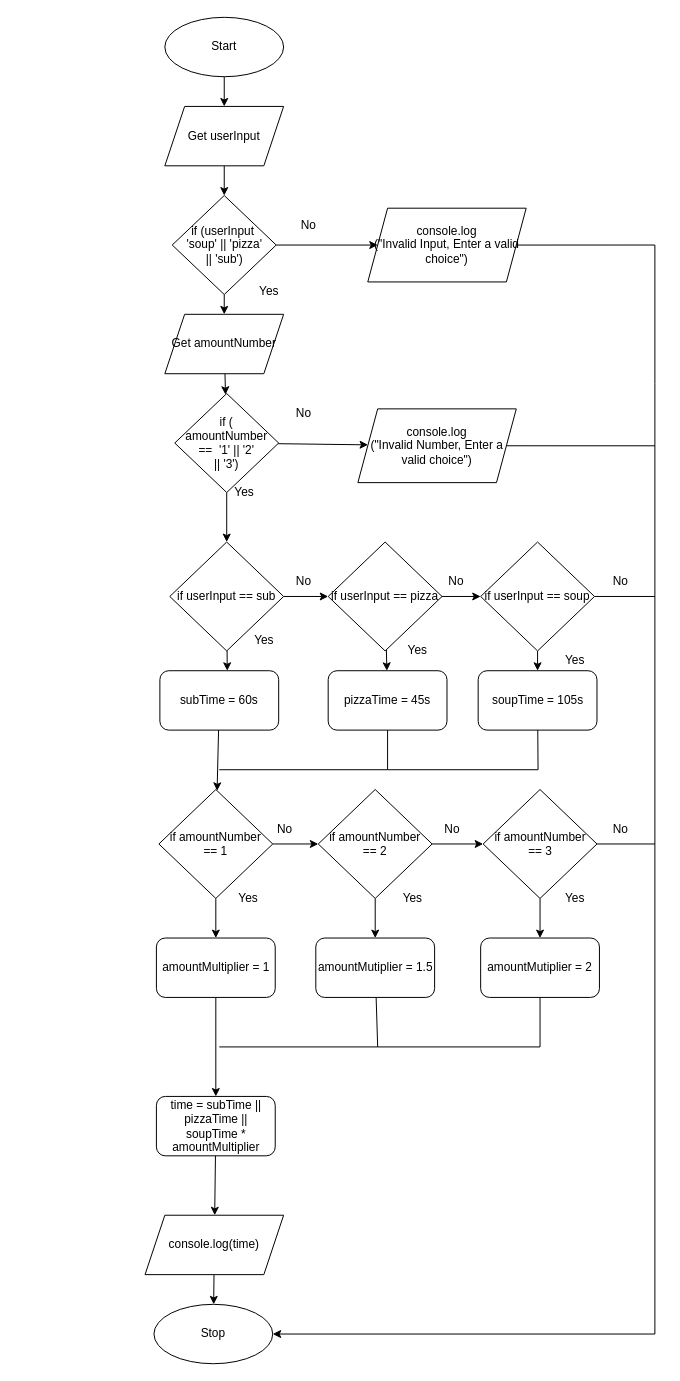
This is Drawio/Flowchart.drawio from JacksonNaufal/ics4u-unit1-04-typescript, a draw.io file, before an edit. Source tidied: cells renumbered, new cells numbered last; positions are measured from the earlier drawing's top-left corner, leaving out a move shared by most shapes. Both pictures are drawn from the tidied source at 99%, with x=0, y=0 at pixel (145, 17).
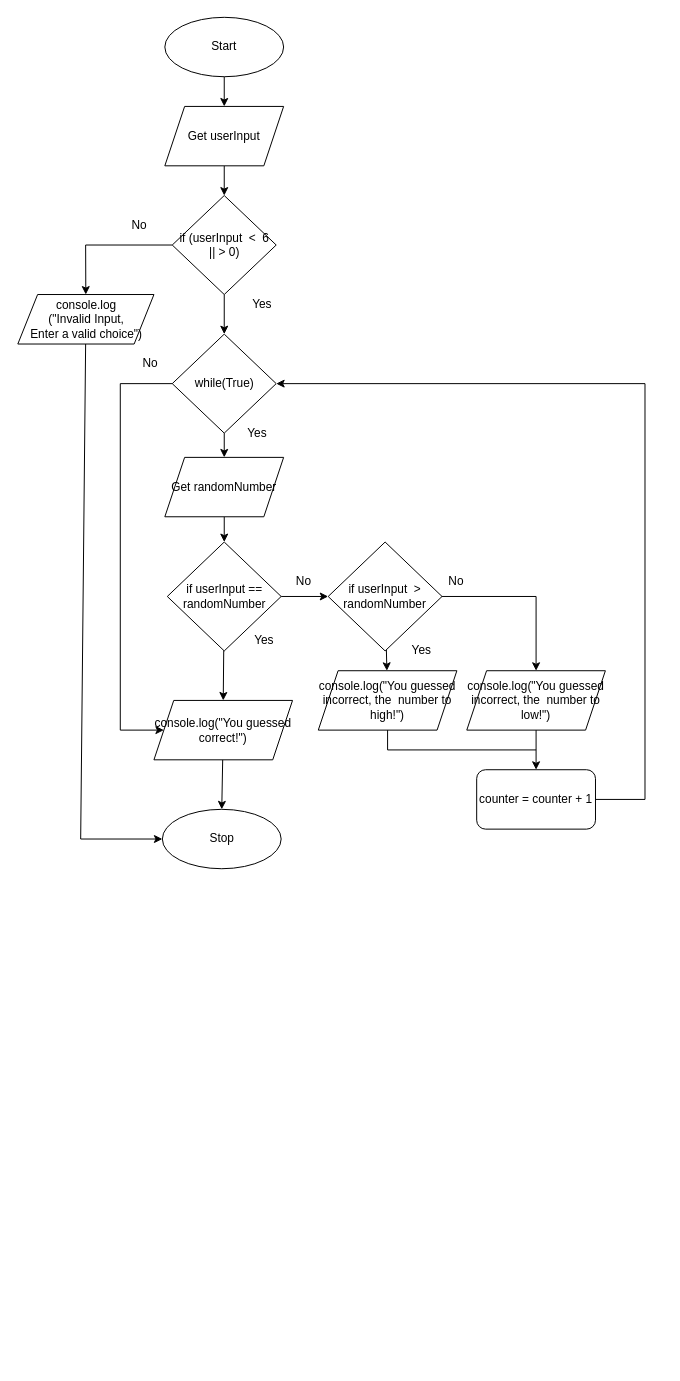
The same page after the edit.

Change to the diagram source:
```diff
@@
     <mxCell id="4" value="Stop" style="ellipse;whiteSpace=wrap;html=1;" parent="1" vertex="1">
-      <mxGeometry x="9" y="1300" width="120" height="60" as="geometry" />
+      <mxGeometry x="17.5" y="800" width="120" height="60" as="geometry" />
     </mxCell>
@@
-    <mxCell id="7" style="edgeStyle=none;html=1;" parent="1" edge="1" source="8" target="4">
-      <mxGeometry relative="1" as="geometry" />
-    </mxCell>
-    <mxCell id="8" value="console.log(time)" style="shape=parallelogram;perimeter=parallelogramPerimeter;whiteSpace=wrap;html=1;fixedSize=1;" parent="1" vertex="1">
-      <mxGeometry y="1210" width="140" height="60" as="geometry" />
-    </mxCell>
+    <mxCell id="69" style="edgeStyle=none;html=1;entryX=0.5;entryY=0;entryDx=0;entryDy=0;" parent="1" edge="1" source="11" target="25">
+      <mxGeometry relative="1" as="geometry" />
+    </mxCell>
-    <mxCell id="9" style="edgeStyle=none;rounded=0;html=1;fontSize=10;" parent="1" edge="1" source="11" target="16">
-      <mxGeometry relative="1" as="geometry" />
+    <mxCell id="9" style="edgeStyle=none;rounded=0;html=1;" parent="1" edge="1" source="11" target="16">
+      <mxGeometry relative="1" as="geometry">
+        <Array as="points">
+          <mxPoint x="-60" y="230" />
+        </Array>
+      </mxGeometry>
     </mxCell>
-    <mxCell id="10" style="edgeStyle=none;html=1;" parent="1" edge="1" source="11" target="22">
-      <mxGeometry relative="1" as="geometry" />
-    </mxCell>
-    <mxCell id="11" value="if (userInput&amp;nbsp; &lt;br&gt;'soup' || 'pizza'&lt;br&gt;|| 'sub')" style="rhombus;whiteSpace=wrap;html=1;" parent="1" vertex="1">
+    <mxCell id="11" value="if (userInput&amp;nbsp; &amp;lt;&amp;nbsp; 6&lt;br&gt;|| &amp;gt; 0)" style="rhombus;whiteSpace=wrap;html=1;" parent="1" vertex="1">
       <mxGeometry x="27.5" y="180" width="105" height="100" as="geometry" />
     </mxCell>
@@
-    <mxCell id="13" style="edgeStyle=none;html=1;entryX=0.567;entryY=0;entryDx=0;entryDy=0;entryPerimeter=0;" parent="1" edge="1" source="14" target="18">
-      <mxGeometry relative="1" as="geometry" />
-    </mxCell>
+    <mxCell id="70" style="edgeStyle=none;html=1;entryX=0.5;entryY=0;entryDx=0;entryDy=0;" parent="1" edge="1" source="14" target="78">
+      <mxGeometry relative="1" as="geometry" />
+    </mxCell>
-    <mxCell id="14" value="if userInput == sub" style="rhombus;whiteSpace=wrap;html=1;" parent="1" vertex="1">
-      <mxGeometry x="25" y="530" width="115" height="110" as="geometry" />
+    <mxCell id="14" value="if userInput == randomNumber" style="rhombus;whiteSpace=wrap;html=1;" parent="1" vertex="1">
+      <mxGeometry x="22.5" y="530" width="115" height="110" as="geometry" />
     </mxCell>
-    <mxCell id="15" style="edgeStyle=none;rounded=0;html=1;entryX=1;entryY=0.5;entryDx=0;entryDy=0;fontSize=10;" parent="1" edge="1" source="16" target="4">
+    <mxCell id="15" style="edgeStyle=none;rounded=0;html=1;entryX=0;entryY=0.5;entryDx=0;entryDy=0;endArrow=classic;endFill=1;" parent="1" edge="1" source="16" target="4">
       <mxGeometry relative="1" as="geometry">
         <Array as="points">
-          <mxPoint x="515" y="230" />
-          <mxPoint x="515" y="370" />
-          <mxPoint x="515" y="1330" />
+          <mxPoint x="-65" y="830" />
         </Array>
       </mxGeometry>
     </mxCell>
-    <mxCell id="16" value="console.log&lt;br&gt;(&quot;Invalid Input, Enter a valid choice&quot;)" style="shape=parallelogram;perimeter=parallelogramPerimeter;whiteSpace=wrap;html=1;fixedSize=1;" parent="1" vertex="1">
-      <mxGeometry x="225" y="192.8" width="160" height="74.5" as="geometry" />
+    <mxCell id="16" value="console.log&lt;br&gt;(&quot;Invalid Input, &lt;br&gt;Enter a valid choice&quot;)" style="shape=parallelogram;perimeter=parallelogramPerimeter;whiteSpace=wrap;html=1;fixedSize=1;" parent="1" vertex="1">
+      <mxGeometry x="-128.5" y="280" width="137.5" height="50" as="geometry" />
     </mxCell>
-    <mxCell id="17" style="edgeStyle=none;html=1;" parent="1" edge="1" source="18" target="47">
-      <mxGeometry relative="1" as="geometry" />
-    </mxCell>
-    <mxCell id="18" value="subTime = 60s" style="rounded=1;whiteSpace=wrap;html=1;" parent="1" vertex="1">
-      <mxGeometry x="15" y="660" width="120" height="60" as="geometry" />
-    </mxCell>
     <mxCell id="19" value="&lt;span style=&quot;font-size: 12px&quot;&gt;No&lt;/span&gt;" style="text;html=1;align=center;verticalAlign=middle;strokeColor=none;fillColor=none;fontSize=10;" parent="1" vertex="1">
-      <mxGeometry x="150" y="200" width="30" height="20" as="geometry" />
+      <mxGeometry x="-21" y="200" width="30" height="20" as="geometry" />
     </mxCell>
-    <mxCell id="20" value="&lt;font style=&quot;font-size: 12px&quot;&gt;Yes&lt;/font&gt;" style="text;html=1;align=center;verticalAlign=middle;strokeColor=none;fillColor=none;fontSize=10;" parent="1" vertex="1">
-      <mxGeometry x="80" y="470" width="40" height="20" as="geometry" />
-    </mxCell>
-    <mxCell id="21" style="edgeStyle=none;html=1;" parent="1" edge="1" source="22" target="25">
-      <mxGeometry relative="1" as="geometry" />
-    </mxCell>
-    <mxCell id="22" value="Get amountNumber" style="shape=parallelogram;perimeter=parallelogramPerimeter;whiteSpace=wrap;html=1;fixedSize=1;" parent="1" vertex="1">
-      <mxGeometry x="20" y="300" width="120" height="60" as="geometry" />
-    </mxCell>
-    <mxCell id="23" style="edgeStyle=none;html=1;" parent="1" edge="1" source="25" target="28">
-      <mxGeometry relative="1" as="geometry" />
-    </mxCell>
-    <mxCell id="24" style="edgeStyle=none;html=1;entryX=0.5;entryY=0;entryDx=0;entryDy=0;endArrow=classic;endFill=1;" parent="1" edge="1" source="25" target="14">
-      <mxGeometry relative="1" as="geometry" />
-    </mxCell>
+    <mxCell id="71" style="edgeStyle=none;html=1;" parent="1" edge="1" source="25" target="76">
+      <mxGeometry relative="1" as="geometry" />
+    </mxCell>
+    <mxCell id="72" style="edgeStyle=none;rounded=0;html=1;entryX=0;entryY=0.5;entryDx=0;entryDy=0;endArrow=classic;endFill=1;" parent="1" edge="1" source="25" target="78">
+      <mxGeometry relative="1" as="geometry">
+        <Array as="points">
+          <mxPoint x="-25" y="370" />
+          <mxPoint x="-25" y="720" />
+        </Array>
+      </mxGeometry>
+    </mxCell>
-    <mxCell id="25" value="if (&lt;br&gt;amountNumber&lt;br&gt;==&amp;nbsp; '1' || '2'&lt;br&gt;|| '3')" style="rhombus;whiteSpace=wrap;html=1;" parent="1" vertex="1">
-      <mxGeometry x="30" y="380" width="105" height="100" as="geometry" />
+    <mxCell id="25" value="while(True)" style="rhombus;whiteSpace=wrap;html=1;" parent="1" vertex="1">
+      <mxGeometry x="27.5" y="320" width="105" height="100" as="geometry" />
     </mxCell>
-    <mxCell id="26" value="&lt;span style=&quot;font-size: 12px&quot;&gt;No&lt;/span&gt;" style="text;html=1;align=center;verticalAlign=middle;strokeColor=none;fillColor=none;fontSize=10;" parent="1" vertex="1">
-      <mxGeometry x="145" y="390" width="30" height="20" as="geometry" />
-    </mxCell>
-    <mxCell id="27" style="edgeStyle=none;html=1;endArrow=none;endFill=0;" parent="1" edge="1" source="28">
-      <mxGeometry relative="1" as="geometry">
-        <mxPoint x="515" y="432.8" as="targetPoint" />
-      </mxGeometry>
-    </mxCell>
-    <mxCell id="28" value="console.log&lt;br&gt;(&quot;Invalid Number, Enter a valid choice&quot;)" style="shape=parallelogram;perimeter=parallelogramPerimeter;whiteSpace=wrap;html=1;fixedSize=1;" parent="1" vertex="1">
-      <mxGeometry x="215" y="395.5" width="160" height="74.5" as="geometry" />
-    </mxCell>
     <mxCell id="29" value="&lt;font style=&quot;font-size: 12px&quot;&gt;Yes&lt;/font&gt;" style="text;html=1;align=center;verticalAlign=middle;strokeColor=none;fillColor=none;fontSize=10;" parent="1" vertex="1">
-      <mxGeometry x="105" y="267.2" width="40" height="20" as="geometry" />
+      <mxGeometry x="92.5" y="410" width="40" height="20" as="geometry" />
     </mxCell>
-    <mxCell id="30" style="edgeStyle=none;html=1;" parent="1" edge="1" source="32" target="39">
-      <mxGeometry relative="1" as="geometry" />
-    </mxCell>
-    <mxCell id="31" style="edgeStyle=none;html=1;" parent="1" edge="1" source="32" target="34">
-      <mxGeometry relative="1" as="geometry" />
-    </mxCell>
+    <mxCell id="73" style="edgeStyle=none;html=1;entryX=0.5;entryY=0;entryDx=0;entryDy=0;rounded=0;" parent="1" edge="1" source="32" target="80">
+      <mxGeometry relative="1" as="geometry">
+        <Array as="points">
+          <mxPoint x="395" y="585" />
+        </Array>
+      </mxGeometry>
+    </mxCell>
+    <mxCell id="74" style="edgeStyle=none;rounded=0;html=1;" parent="1" edge="1" source="32" target="82">
+      <mxGeometry relative="1" as="geometry" />
+    </mxCell>
-    <mxCell id="32" value="if userInput == pizza" style="rhombus;whiteSpace=wrap;html=1;" parent="1" vertex="1">
+    <mxCell id="32" value="if userInput&amp;nbsp; &amp;gt; randomNumber" style="rhombus;whiteSpace=wrap;html=1;" parent="1" vertex="1">
       <mxGeometry x="185" y="530" width="115" height="110" as="geometry" />
     </mxCell>
-    <mxCell id="33" style="edgeStyle=none;html=1;rounded=0;endArrow=none;endFill=0;" parent="1" edge="1" source="34">
-      <mxGeometry relative="1" as="geometry">
-        <mxPoint x="75" y="760" as="targetPoint" />
-        <Array as="points">
-          <mxPoint x="245" y="760" />
-        </Array>
-      </mxGeometry>
-    </mxCell>
-    <mxCell id="34" value="pizzaTime = 45s" style="rounded=1;whiteSpace=wrap;html=1;" parent="1" vertex="1">
-      <mxGeometry x="185" y="660" width="120" height="60" as="geometry" />
-    </mxCell>
-    <mxCell id="35" style="edgeStyle=none;html=1;rounded=0;endArrow=none;endFill=0;" parent="1" edge="1" source="36">
-      <mxGeometry relative="1" as="geometry">
-        <mxPoint x="245" y="760" as="targetPoint" />
-        <Array as="points">
-          <mxPoint x="397" y="760" />
-        </Array>
-      </mxGeometry>
-    </mxCell>
-    <mxCell id="36" value="soupTime = 105s" style="rounded=1;whiteSpace=wrap;html=1;" parent="1" vertex="1">
-      <mxGeometry x="336.5" y="660" width="120" height="60" as="geometry" />
-    </mxCell>
-    <mxCell id="37" style="edgeStyle=none;html=1;" parent="1" edge="1" source="39" target="36">
-      <mxGeometry relative="1" as="geometry" />
-    </mxCell>
-    <mxCell id="38" style="edgeStyle=none;rounded=0;html=1;endArrow=none;endFill=0;" parent="1" edge="1" source="39">
-      <mxGeometry relative="1" as="geometry">
-        <mxPoint x="515" y="585" as="targetPoint" />
-      </mxGeometry>
-    </mxCell>
-    <mxCell id="39" value="if userInput == soup" style="rhombus;whiteSpace=wrap;html=1;" parent="1" vertex="1">
-      <mxGeometry x="339" y="530" width="115" height="110" as="geometry" />
-    </mxCell>
@@
     <mxCell id="43" value="&lt;font style=&quot;font-size: 12px&quot;&gt;Yes&lt;/font&gt;" style="text;html=1;align=center;verticalAlign=middle;strokeColor=none;fillColor=none;fontSize=10;" parent="1" vertex="1">
-      <mxGeometry x="255" y="630" width="40" height="20" as="geometry" />
+      <mxGeometry x="259" y="630" width="40" height="20" as="geometry" />
     </mxCell>
-    <mxCell id="44" value="&lt;font style=&quot;font-size: 12px&quot;&gt;Yes&lt;/font&gt;" style="text;html=1;align=center;verticalAlign=middle;strokeColor=none;fillColor=none;fontSize=10;" parent="1" vertex="1">
-      <mxGeometry x="414" y="640" width="40" height="20" as="geometry" />
-    </mxCell>
-    <mxCell id="45" style="edgeStyle=none;rounded=0;html=1;endArrow=classic;endFill=1;" parent="1" edge="1" source="47" target="50">
-      <mxGeometry relative="1" as="geometry" />
-    </mxCell>
-    <mxCell id="46" style="edgeStyle=none;rounded=0;html=1;endArrow=classic;endFill=1;" parent="1" edge="1" source="47" target="61">
-      <mxGeometry relative="1" as="geometry" />
-    </mxCell>
-    <mxCell id="47" value="if amountNumber &lt;br&gt;== 1" style="rhombus;whiteSpace=wrap;html=1;" parent="1" vertex="1">
-      <mxGeometry x="14" y="780" width="115" height="110" as="geometry" />
-    </mxCell>
-    <mxCell id="48" style="edgeStyle=none;rounded=0;html=1;endArrow=classic;endFill=1;" parent="1" edge="1" source="50" target="53">
-      <mxGeometry relative="1" as="geometry" />
-    </mxCell>
-    <mxCell id="49" style="edgeStyle=none;rounded=0;html=1;endArrow=classic;endFill=1;" parent="1" edge="1" source="50" target="63">
-      <mxGeometry relative="1" as="geometry" />
-    </mxCell>
-    <mxCell id="50" value="if amountNumber &lt;br&gt;== 2" style="rhombus;whiteSpace=wrap;html=1;" parent="1" vertex="1">
-      <mxGeometry x="175" y="780" width="115" height="110" as="geometry" />
-    </mxCell>
-    <mxCell id="51" style="edgeStyle=none;rounded=0;html=1;endArrow=none;endFill=0;" parent="1" edge="1" source="53">
-      <mxGeometry relative="1" as="geometry">
-        <mxPoint x="515" y="835" as="targetPoint" />
-      </mxGeometry>
-    </mxCell>
-    <mxCell id="52" style="edgeStyle=none;rounded=0;html=1;endArrow=classic;endFill=1;" parent="1" edge="1" source="53" target="65">
-      <mxGeometry relative="1" as="geometry" />
-    </mxCell>
-    <mxCell id="53" value="if amountNumber &lt;br&gt;== 3" style="rhombus;whiteSpace=wrap;html=1;" parent="1" vertex="1">
-      <mxGeometry x="341.5" y="780" width="115" height="110" as="geometry" />
-    </mxCell>
-    <mxCell id="54" value="&lt;font style=&quot;font-size: 12px&quot;&gt;Yes&lt;/font&gt;" style="text;html=1;align=center;verticalAlign=middle;strokeColor=none;fillColor=none;fontSize=10;" parent="1" vertex="1">
-      <mxGeometry x="84" y="880" width="40" height="20" as="geometry" />
-    </mxCell>
-    <mxCell id="55" value="&lt;font style=&quot;font-size: 12px&quot;&gt;Yes&lt;/font&gt;" style="text;html=1;align=center;verticalAlign=middle;strokeColor=none;fillColor=none;fontSize=10;" parent="1" vertex="1">
-      <mxGeometry x="250" y="880" width="40" height="20" as="geometry" />
-    </mxCell>
-    <mxCell id="56" value="&lt;font style=&quot;font-size: 12px&quot;&gt;Yes&lt;/font&gt;" style="text;html=1;align=center;verticalAlign=middle;strokeColor=none;fillColor=none;fontSize=10;" parent="1" vertex="1">
-      <mxGeometry x="414" y="880" width="40" height="20" as="geometry" />
-    </mxCell>
-    <mxCell id="57" value="&lt;span style=&quot;font-size: 12px&quot;&gt;No&lt;/span&gt;" style="text;html=1;align=center;verticalAlign=middle;strokeColor=none;fillColor=none;fontSize=10;" parent="1" vertex="1">
-      <mxGeometry x="126.2" y="810" width="30" height="20" as="geometry" />
-    </mxCell>
-    <mxCell id="58" value="&lt;span style=&quot;font-size: 12px&quot;&gt;No&lt;/span&gt;" style="text;html=1;align=center;verticalAlign=middle;strokeColor=none;fillColor=none;fontSize=10;" parent="1" vertex="1">
-      <mxGeometry x="295" y="810" width="30" height="20" as="geometry" />
-    </mxCell>
-    <mxCell id="59" value="&lt;span style=&quot;font-size: 12px&quot;&gt;No&lt;/span&gt;" style="text;html=1;align=center;verticalAlign=middle;strokeColor=none;fillColor=none;fontSize=10;" parent="1" vertex="1">
-      <mxGeometry x="465" y="810" width="30" height="20" as="geometry" />
-    </mxCell>
-    <mxCell id="60" style="edgeStyle=none;rounded=0;html=1;endArrow=classic;endFill=1;" parent="1" edge="1" source="61" target="67">
-      <mxGeometry relative="1" as="geometry" />
-    </mxCell>
-    <mxCell id="61" value="amountMultiplier = 1" style="rounded=1;whiteSpace=wrap;html=1;" parent="1" vertex="1">
-      <mxGeometry x="11.5" y="930" width="120" height="60" as="geometry" />
-    </mxCell>
-    <mxCell id="62" style="edgeStyle=none;rounded=0;html=1;endArrow=none;endFill=0;" parent="1" edge="1" source="63">
-      <mxGeometry relative="1" as="geometry">
-        <mxPoint x="75" y="1040" as="targetPoint" />
-        <Array as="points">
-          <mxPoint x="235" y="1040" />
-        </Array>
-      </mxGeometry>
-    </mxCell>
-    <mxCell id="63" value="amountMutiplier = 1.5" style="rounded=1;whiteSpace=wrap;html=1;" parent="1" vertex="1">
-      <mxGeometry x="172.5" y="930" width="120" height="60" as="geometry" />
-    </mxCell>
-    <mxCell id="64" style="edgeStyle=none;rounded=0;html=1;endArrow=none;endFill=0;" parent="1" edge="1" source="65">
-      <mxGeometry relative="1" as="geometry">
-        <mxPoint x="235" y="1040" as="targetPoint" />
-        <Array as="points">
-          <mxPoint x="399" y="1040" />
-        </Array>
-      </mxGeometry>
-    </mxCell>
-    <mxCell id="65" value="amountMutiplier = 2" style="rounded=1;whiteSpace=wrap;html=1;" parent="1" vertex="1">
-      <mxGeometry x="339" y="930" width="120" height="60" as="geometry" />
-    </mxCell>
-    <mxCell id="66" style="edgeStyle=none;rounded=0;html=1;endArrow=classic;endFill=1;" parent="1" edge="1" source="67" target="8">
-      <mxGeometry relative="1" as="geometry" />
-    </mxCell>
-    <mxCell id="67" value="time = subTime || pizzaTime || soupTime * amountMultiplier" style="rounded=1;whiteSpace=wrap;html=1;" parent="1" vertex="1">
-      <mxGeometry x="11.5" y="1090" width="120" height="60" as="geometry" />
-    </mxCell>
-    <mxCell id="68" value="&lt;span style=&quot;font-size: 12px&quot;&gt;No&lt;/span&gt;" style="text;html=1;align=center;verticalAlign=middle;strokeColor=none;fillColor=none;fontSize=10;" parent="1" vertex="1">
-      <mxGeometry x="465" y="560" width="30" height="20" as="geometry" />
-    </mxCell>
+    <mxCell id="75" style="edgeStyle=none;html=1;entryX=0.5;entryY=0;entryDx=0;entryDy=0;" parent="1" edge="1" source="76" target="14">
+      <mxGeometry relative="1" as="geometry" />
+    </mxCell>
+    <mxCell id="76" value="Get randomNumber" style="shape=parallelogram;perimeter=parallelogramPerimeter;whiteSpace=wrap;html=1;fixedSize=1;" parent="1" vertex="1">
+      <mxGeometry x="20" y="444.5" width="120" height="60" as="geometry" />
+    </mxCell>
+    <mxCell id="77" style="edgeStyle=none;html=1;entryX=0.5;entryY=0;entryDx=0;entryDy=0;" parent="1" edge="1" source="78" target="4">
+      <mxGeometry relative="1" as="geometry" />
+    </mxCell>
+    <mxCell id="78" value="console.log(&quot;You guessed correct!&quot;)" style="shape=parallelogram;perimeter=parallelogramPerimeter;whiteSpace=wrap;html=1;fixedSize=1;" parent="1" vertex="1">
+      <mxGeometry x="9" y="690" width="140" height="60" as="geometry" />
+    </mxCell>
+    <mxCell id="79" style="edgeStyle=none;rounded=0;html=1;" parent="1" edge="1" source="80" target="86">
+      <mxGeometry relative="1" as="geometry" />
+    </mxCell>
+    <mxCell id="80" value="console.log(&quot;You guessed incorrect, the&amp;nbsp; number to low!&quot;)" style="shape=parallelogram;perimeter=parallelogramPerimeter;whiteSpace=wrap;html=1;fixedSize=1;" parent="1" vertex="1">
+      <mxGeometry x="325" y="660" width="140" height="60" as="geometry" />
+    </mxCell>
+    <mxCell id="81" style="edgeStyle=none;rounded=0;html=1;endArrow=none;endFill=0;" parent="1" edge="1" source="82">
+      <mxGeometry relative="1" as="geometry">
+        <mxPoint x="395" y="740" as="targetPoint" />
+        <Array as="points">
+          <mxPoint x="245" y="740" />
+        </Array>
+      </mxGeometry>
+    </mxCell>
+    <mxCell id="82" value="console.log(&quot;You guessed incorrect, the&amp;nbsp; number to high!&quot;)" style="shape=parallelogram;perimeter=parallelogramPerimeter;whiteSpace=wrap;html=1;fixedSize=1;" parent="1" vertex="1">
+      <mxGeometry x="175" y="660" width="140" height="60" as="geometry" />
+    </mxCell>
+    <mxCell id="83" value="&lt;span style=&quot;font-size: 12px&quot;&gt;No&lt;/span&gt;" style="text;html=1;align=center;verticalAlign=middle;strokeColor=none;fillColor=none;fontSize=10;" parent="1" vertex="1">
+      <mxGeometry x="-10" y="340" width="30" height="20" as="geometry" />
+    </mxCell>
+    <mxCell id="84" value="&lt;font style=&quot;font-size: 12px&quot;&gt;Yes&lt;/font&gt;" style="text;html=1;align=center;verticalAlign=middle;strokeColor=none;fillColor=none;fontSize=10;" parent="1" vertex="1">
+      <mxGeometry x="97.5" y="280" width="40" height="20" as="geometry" />
+    </mxCell>
+    <mxCell id="85" style="edgeStyle=none;rounded=0;html=1;entryX=1;entryY=0.5;entryDx=0;entryDy=0;endArrow=classic;endFill=1;exitX=1;exitY=0.5;exitDx=0;exitDy=0;" parent="1" edge="1" source="86" target="25">
+      <mxGeometry relative="1" as="geometry">
+        <Array as="points">
+          <mxPoint x="505" y="790" />
+          <mxPoint x="505" y="370" />
+        </Array>
+      </mxGeometry>
+    </mxCell>
+    <mxCell id="86" value="counter = counter + 1" style="rounded=1;whiteSpace=wrap;html=1;" parent="1" vertex="1">
+      <mxGeometry x="335" y="760" width="120" height="60" as="geometry" />
+    </mxCell>
```
